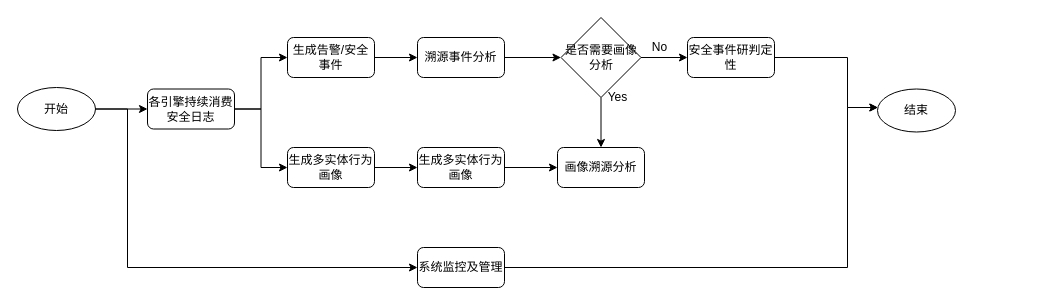
Before: 软件概要设计说明-追踪溯源中心-控制流图.drawio in popvlovs/popvlovs-repository, a draw.io diagram. Source tidied: cells renumbered, new cells numbered last; positions are measured from the earlier drawing's top-left corner, leaving out a move shared by most shapes. Both pictures are drawn from the tidied source at 100%, with x=0, y=0 at pixel (17, 17).
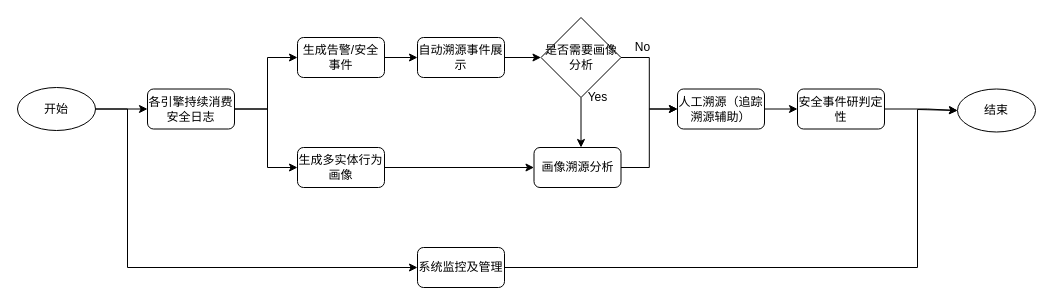
After the change.

Commit message (it also covers changes not shown here):
Update 软件概要设计说明-追踪溯源中心-控制流图.drawio

Unchanged cells that the change refers to:
```xml
<mxCell id="6" value="各引擎持续消费安全日志" style="rounded=1;whiteSpace=wrap;html=1;fontSize=12;glass=0;strokeWidth=1;shadow=0;" parent="1" vertex="1">
  <mxGeometry x="130" y="71.5" width="87" height="40" as="geometry" />
</mxCell>
<mxCell id="22" value="系统监控及管理" style="rounded=1;whiteSpace=wrap;html=1;fontSize=12;glass=0;strokeWidth=1;shadow=0;" parent="1" vertex="1">
  <mxGeometry x="400" y="230" width="87" height="40" as="geometry" />
</mxCell>
```

Change to the diagram source:
```diff
@@
     <mxCell id="4" style="edgeStyle=orthogonalEdgeStyle;rounded=0;jettySize=auto;html=1;entryX=0;entryY=0.5;entryDx=0;entryDy=0;" parent="1" edge="1" source="6" target="10">
-      <mxGeometry relative="1" as="geometry" />
+      <mxGeometry relative="1" as="geometry">
+        <Array as="points">
+          <mxPoint x="250" y="92" />
+          <mxPoint x="250" y="40" />
+        </Array>
+      </mxGeometry>
     </mxCell>
     <mxCell id="5" style="edgeStyle=orthogonalEdgeStyle;rounded=0;jettySize=auto;html=1;exitX=1;exitY=0.5;exitDx=0;exitDy=0;entryX=0;entryY=0.5;entryDx=0;entryDy=0;" parent="1" edge="1" source="6" target="12">
-      <mxGeometry relative="1" as="geometry" />
+      <mxGeometry relative="1" as="geometry">
+        <Array as="points">
+          <mxPoint x="250" y="92" />
+          <mxPoint x="250" y="150" />
+        </Array>
+      </mxGeometry>
     </mxCell>
@@
     <mxCell id="7" value="结束" style="ellipse;whiteSpace=wrap;html=1;" parent="1" vertex="1">
-      <mxGeometry x="860" y="71.5" width="78" height="43" as="geometry" />
+      <mxGeometry x="940" y="71.5" width="78" height="43" as="geometry" />
     </mxCell>
@@
     <mxCell id="10" value="生成告警/安全事件" style="rounded=1;whiteSpace=wrap;html=1;fontSize=12;glass=0;strokeWidth=1;shadow=0;" parent="1" vertex="1">
-      <mxGeometry x="270" y="20" width="87" height="40" as="geometry" />
+      <mxGeometry x="280" y="20" width="87" height="40" as="geometry" />
     </mxCell>
-    <mxCell id="11" style="edgeStyle=orthogonalEdgeStyle;rounded=0;jettySize=auto;html=1;" parent="1" edge="1" source="12" target="16">
+    <mxCell id="11" style="edgeStyle=orthogonalEdgeStyle;rounded=0;jettySize=auto;html=1;entryX=0;entryY=0.5;entryDx=0;entryDy=0;" parent="1" edge="1" source="12" target="17">
       <mxGeometry relative="1" as="geometry" />
     </mxCell>
     <mxCell id="12" value="生成多实体行为画像" style="rounded=1;whiteSpace=wrap;html=1;fontSize=12;glass=0;strokeWidth=1;shadow=0;" parent="1" vertex="1">
-      <mxGeometry x="270" y="130" width="87" height="40" as="geometry" />
+      <mxGeometry x="280" y="130" width="87" height="40" as="geometry" />
     </mxCell>
@@
-    <mxCell id="14" value="溯源事件分析" style="rounded=1;whiteSpace=wrap;html=1;fontSize=12;glass=0;strokeWidth=1;shadow=0;" parent="1" vertex="1">
+    <mxCell id="14" value="自动溯源事件展示" style="rounded=1;whiteSpace=wrap;html=1;fontSize=12;glass=0;strokeWidth=1;shadow=0;" parent="1" vertex="1">
       <mxGeometry x="400" y="20" width="87" height="40" as="geometry" />
     </mxCell>
-    <mxCell id="15" style="edgeStyle=orthogonalEdgeStyle;rounded=0;jettySize=auto;html=1;" parent="1" edge="1" source="16" target="17">
-      <mxGeometry relative="1" as="geometry" />
-    </mxCell>
-    <mxCell id="16" value="生成多实体行为画像" style="rounded=1;whiteSpace=wrap;html=1;fontSize=12;glass=0;strokeWidth=1;shadow=0;" parent="1" vertex="1">
-      <mxGeometry x="400" y="130" width="87" height="40" as="geometry" />
-    </mxCell>
+    <mxCell id="27" style="edgeStyle=orthogonalEdgeStyle;rounded=0;jettySize=auto;html=1;exitX=1;exitY=0.5;exitDx=0;exitDy=0;entryX=0;entryY=0.5;entryDx=0;entryDy=0;" parent="1" edge="1" source="17" target="30">
+      <mxGeometry relative="1" as="geometry" />
+    </mxCell>
     <mxCell id="17" value="画像溯源分析" style="rounded=1;whiteSpace=wrap;html=1;fontSize=12;glass=0;strokeWidth=1;shadow=0;" parent="1" vertex="1">
-      <mxGeometry x="540" y="130" width="87" height="40" as="geometry" />
+      <mxGeometry x="516.5" y="130" width="87" height="40" as="geometry" />
     </mxCell>
     <mxCell id="18" style="edgeStyle=orthogonalEdgeStyle;rounded=0;jettySize=auto;html=1;" parent="1" edge="1" source="20" target="17">
-      <mxGeometry relative="1" as="geometry" />
+      <mxGeometry relative="1" as="geometry">
+        <Array as="points">
+          <mxPoint x="564" y="130" />
+          <mxPoint x="564" y="130" />
+        </Array>
+      </mxGeometry>
     </mxCell>
-    <mxCell id="19" style="edgeStyle=orthogonalEdgeStyle;rounded=0;jettySize=auto;html=1;exitX=1;exitY=0.5;exitDx=0;exitDy=0;entryX=0;entryY=0.5;entryDx=0;entryDy=0;" parent="1" edge="1" source="20" target="26">
-      <mxGeometry relative="1" as="geometry" />
-    </mxCell>
+    <mxCell id="28" style="edgeStyle=orthogonalEdgeStyle;rounded=0;jettySize=auto;html=1;exitX=1;exitY=0.5;exitDx=0;exitDy=0;entryX=0;entryY=0.5;entryDx=0;entryDy=0;" parent="1" edge="1" source="20" target="30">
+      <mxGeometry relative="1" as="geometry" />
+    </mxCell>
     <mxCell id="20" value="是否需要画像分析" style="rhombus;whiteSpace=wrap;html=1;" parent="1" vertex="1">
-      <mxGeometry x="543.5" width="80" height="80" as="geometry" />
+      <mxGeometry x="523.5" width="80" height="80" as="geometry" />
     </mxCell>
-    <mxCell id="21" style="edgeStyle=orthogonalEdgeStyle;rounded=0;jettySize=auto;html=1;" parent="1" edge="1" source="22" target="7">
+    <mxCell id="21" style="edgeStyle=orthogonalEdgeStyle;rounded=0;jettySize=auto;html=1;entryX=0;entryY=0.5;entryDx=0;entryDy=0;" parent="1" edge="1" source="22" target="7">
       <mxGeometry relative="1" as="geometry">
         <Array as="points">
-          <mxPoint x="830" y="250" />
-          <mxPoint x="830" y="90" />
+          <mxPoint x="900" y="250" />
+          <mxPoint x="900" y="92" />
         </Array>
       </mxGeometry>
     </mxCell>
@@
     <mxCell id="23" value="No" style="text;html=1;align=center;verticalAlign=middle;strokeColor=none;fillColor=none;" parent="1" vertex="1">
-      <mxGeometry x="627" y="20" width="30" height="20" as="geometry" />
+      <mxGeometry x="610" y="20" width="30" height="20" as="geometry" />
     </mxCell>
     <mxCell id="24" value="Yes" style="text;html=1;align=center;verticalAlign=middle;strokeColor=none;fillColor=none;" parent="1" vertex="1">
-      <mxGeometry x="585" y="70" width="30" height="20" as="geometry" />
+      <mxGeometry x="565" y="70" width="30" height="20" as="geometry" />
     </mxCell>
-    <mxCell id="25" style="edgeStyle=orthogonalEdgeStyle;rounded=0;jettySize=auto;html=1;" parent="1" edge="1" source="26" target="7">
+    <mxCell id="25" style="edgeStyle=orthogonalEdgeStyle;rounded=0;jettySize=auto;html=1;entryX=0;entryY=0.5;entryDx=0;entryDy=0;" parent="1" edge="1" source="26" target="7">
       <mxGeometry relative="1" as="geometry">
         <Array as="points">
-          <mxPoint x="830" y="40" />
-          <mxPoint x="830" y="90" />
+          <mxPoint x="910" y="92" />
+          <mxPoint x="910" y="92" />
         </Array>
       </mxGeometry>
     </mxCell>
     <mxCell id="26" value="安全事件研判定性" style="rounded=1;whiteSpace=wrap;html=1;fontSize=12;glass=0;strokeWidth=1;shadow=0;" parent="1" vertex="1">
-      <mxGeometry x="670" y="20" width="87" height="40" as="geometry" />
+      <mxGeometry x="780" y="71.5" width="87" height="40" as="geometry" />
     </mxCell>
+    <mxCell id="29" style="edgeStyle=orthogonalEdgeStyle;rounded=0;jettySize=auto;html=1;exitX=1;exitY=0.5;exitDx=0;exitDy=0;entryX=0;entryY=0.5;entryDx=0;entryDy=0;" parent="1" edge="1" source="30" target="26">
+      <mxGeometry relative="1" as="geometry" />
+    </mxCell>
+    <mxCell id="30" value="人工溯源（追踪溯源辅助）" style="rounded=1;whiteSpace=wrap;html=1;fontSize=12;glass=0;strokeWidth=1;shadow=0;" parent="1" vertex="1">
+      <mxGeometry x="660" y="71.5" width="87" height="40" as="geometry" />
+    </mxCell>
```
